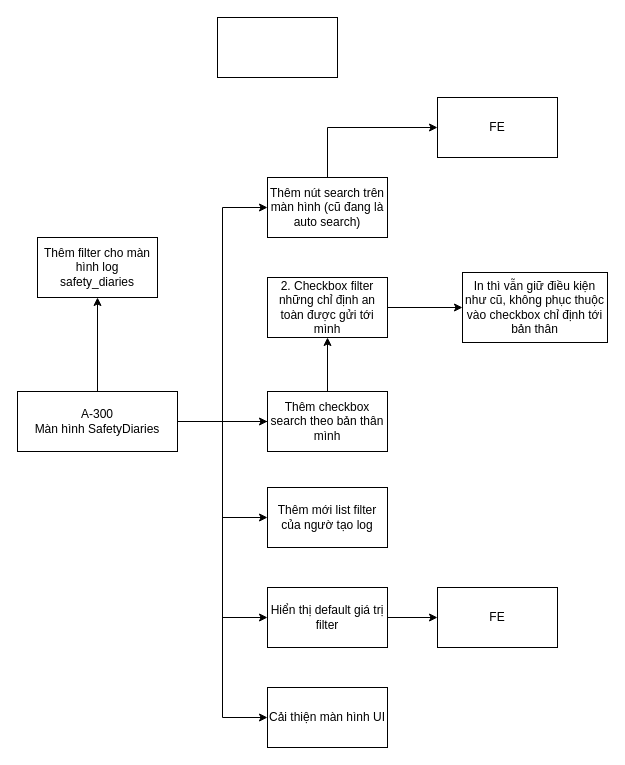
Earlier version of the draw.io diagram page "A-300" (1 of 2) of Biểu đồ không có tiêu đề.drawio (hoangpn256/diagram). Source tidied: cells renumbered, new cells numbered last; positions are measured from the earlier drawing's top-left corner, leaving out a move shared by most shapes. Both pictures are drawn from the tidied source at 100%, with x=0, y=0 at pixel (17, 17).
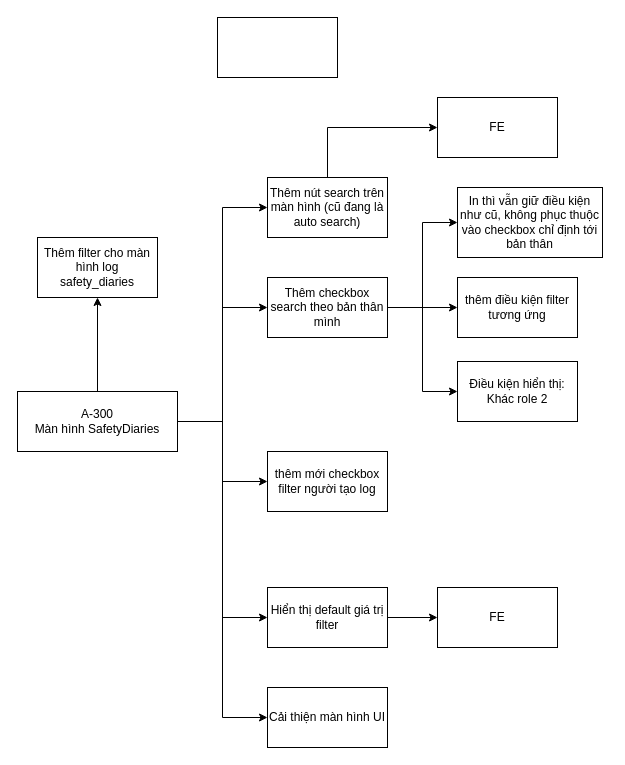
The same diagram, later.

Commit message:
Cập nhật Biểu đồ không có tiêu đề.drawio

Unchanged cells that the change refers to:
```xml
<mxCell id="9" value="A-300&lt;br&gt;Màn hình&amp;nbsp;SafetyDiaries" style="rounded=0;whiteSpace=wrap;html=1;" parent="1" vertex="1">
  <mxGeometry y="374" width="160" height="60" as="geometry" />
</mxCell>
```

Diff of the diagram source:
```diff
@@
-    <mxCell id="4" style="edgeStyle=orthogonalEdgeStyle;rounded=0;jettySize=auto;html=1;exitX=1;exitY=0.5;exitDx=0;exitDy=0;" parent="1" edge="1" source="9" target="14">
-      <mxGeometry relative="1" as="geometry" />
-    </mxCell>
-    <mxCell id="5" style="edgeStyle=orthogonalEdgeStyle;rounded=0;jettySize=auto;html=1;exitX=1;exitY=0.5;exitDx=0;exitDy=0;entryX=0;entryY=0.5;entryDx=0;entryDy=0;" parent="1" edge="1" source="9" target="18">
+    <mxCell id="5" style="edgeStyle=orthogonalEdgeStyle;rounded=0;jettySize=auto;html=1;exitX=1;exitY=0.5;exitDx=0;exitDy=0;entryX=0;entryY=0.5;entryDx=0;entryDy=0;" parent="1" edge="1" source="9" target="14">
       <mxGeometry relative="1" as="geometry" />
     </mxCell>
@@
+    <mxCell id="24" style="edgeStyle=orthogonalEdgeStyle;rounded=0;jettySize=auto;html=1;exitX=1;exitY=0.5;exitDx=0;exitDy=0;" parent="1" edge="1" source="14" target="26">
+      <mxGeometry relative="1" as="geometry" />
+    </mxCell>
+    <mxCell id="25" style="edgeStyle=orthogonalEdgeStyle;rounded=0;jettySize=auto;html=1;exitX=1;exitY=0.5;exitDx=0;exitDy=0;entryX=0;entryY=0.5;entryDx=0;entryDy=0;" parent="1" edge="1" source="14" target="27">
+      <mxGeometry relative="1" as="geometry" />
+    </mxCell>
-    <mxCell id="14" value="2. Checkbox filter những chỉ định an toàn được gửi tới mình" style="rounded=0;whiteSpace=wrap;html=1;" parent="1" vertex="1">
+    <mxCell id="14" value="Thêm checkbox search theo bản thân mình" style="rounded=0;whiteSpace=wrap;html=1;" parent="1" vertex="1">
       <mxGeometry x="250" y="260" width="120" height="60" as="geometry" />
     </mxCell>
@@
     <mxCell id="16" value="In thì vẫn giữ điều kiện như cũ, không phục thuộc vào checkbox chỉ định tới bản thân" style="rounded=0;whiteSpace=wrap;html=1;" parent="1" vertex="1">
-      <mxGeometry x="445" y="255" width="145" height="70" as="geometry" />
+      <mxGeometry x="440" y="170" width="145" height="70" as="geometry" />
     </mxCell>
-    <mxCell id="17" value="Thêm mới list filter của ngườ tạo log" style="rounded=0;whiteSpace=wrap;html=1;" parent="1" vertex="1">
-      <mxGeometry x="250" y="470" width="120" height="60" as="geometry" />
+    <mxCell id="17" value="thêm mới checkbox filter người tạo log" style="rounded=0;whiteSpace=wrap;html=1;" parent="1" vertex="1">
+      <mxGeometry x="250" y="434" width="120" height="60" as="geometry" />
     </mxCell>
-    <mxCell id="18" value="Thêm checkbox search theo bản thân mình" style="rounded=0;whiteSpace=wrap;html=1;" parent="1" vertex="1">
-      <mxGeometry x="250" y="374" width="120" height="60" as="geometry" />
-    </mxCell>
@@
+    <mxCell id="26" value="thêm điều kiện filter tương ứng" style="rounded=0;whiteSpace=wrap;html=1;" parent="1" vertex="1">
+      <mxGeometry x="440" y="260" width="120" height="60" as="geometry" />
+    </mxCell>
+    <mxCell id="27" value="Điều kiện hiển thị: Khác role 2" style="rounded=0;whiteSpace=wrap;html=1;" parent="1" vertex="1">
+      <mxGeometry x="440" y="344" width="120" height="60" as="geometry" />
+    </mxCell>
```
